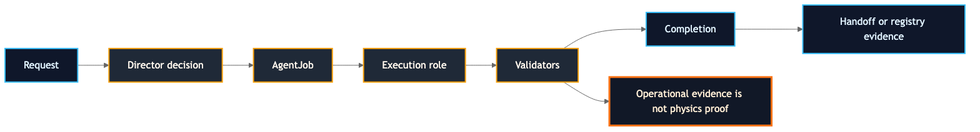
Earlier version of the Mermaid export public/assets/diagrams/comprehension/operations-control-spine.png (AngryOwlAI/The-AEther-Flow-Website). Its source is kept beside it as docs/content-dossiers/operations/diagrams/operations-control-spine.mmd. The source it was exported from:
```mermaid
flowchart LR
  request["Request"] --> director["Director decision"]
  director --> job["AgentJob"]
  job --> role["Execution role"]
  role --> validators["Validators"]
  validators --> completion["Completion"]
  completion --> handoff["Handoff or registry evidence"]
  validators --> boundary["Operational evidence is not physics proof"]

  classDef source fill:#0f172a,stroke:#38bdf8,color:#e0f2fe,stroke-width:2px;
  classDef control fill:#1f2937,stroke:#f59e0b,color:#fff7ed,stroke-width:2px;
  classDef boundary fill:#111827,stroke:#f97316,color:#ffedd5,stroke-width:3px;
  class request,completion,handoff source;
  class director,job,role,validators control;
  class boundary boundary;
```
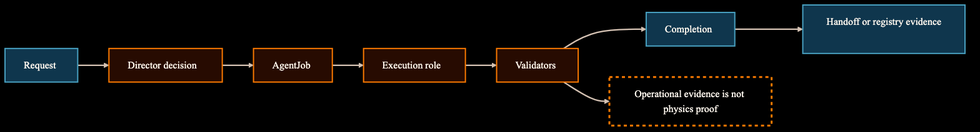
After the change.

Change to the diagram source:
```diff
@@ -1,3 +1,20 @@
+---
+config:
+  theme: base
+  themeVariables:
+    darkMode: true
+    background: "#000000"
+    primaryColor: "#050403"
+    primaryTextColor: "#fff8ef"
+    primaryBorderColor: "#d6c3b4"
+    lineColor: "#d6c3b4"
+    fontFamily: "Inter, ui-sans-serif, system-ui, -apple-system, BlinkMacSystemFont, Segoe UI, sans-serif"
+    fontSize: "16px"
+    clusterBkg: "#080401"
+    clusterBorder: "#d6c3b4"
+    edgeLabelBackground: "#000000"
+---
+
 flowchart LR
   request["Request"] --> director["Director decision"]
   director --> job["AgentJob"]
@@ -7,9 +24,19 @@
   completion --> handoff["Handoff or registry evidence"]
   validators --> boundary["Operational evidence is not physics proof"]
 
-  classDef source fill:#0f172a,stroke:#38bdf8,color:#e0f2fe,stroke-width:2px;
-  classDef control fill:#1f2937,stroke:#f59e0b,color:#fff7ed,stroke-width:2px;
-  classDef boundary fill:#111827,stroke:#f97316,color:#ffedd5,stroke-width:3px;
-  class request,completion,handoff source;
+  classDef default fill:#050403,stroke:#d6c3b4,color:#fff8ef,stroke-width:1.5px;
+  classDef source fill:#0f364d,stroke:#48a0c0,color:#fff8ef,stroke-width:2px;
+  classDef control fill:#270b01,stroke:#f87800,color:#fff8ef,stroke-width:2px;
+  classDef bridge fill:#164964,stroke:#f4d6a1,color:#fff8ef,stroke-width:2px;
+  classDef decision fill:#702000,stroke:#f87800,color:#fff8ef,stroke-width:2.25px;
+  classDef target fill:#2d7ea0,stroke:#f4d6a1,color:#ffffff,stroke-width:2px;
+  classDef success fill:#164964,stroke:#48a0c0,color:#fff8ef,stroke-width:2px;
+  classDef risk fill:#702000,stroke:#f87800,color:#fff8ef,stroke-width:2px,stroke-dasharray: 5 5;
+  classDef boundary fill:#000000,stroke:#f87800,color:#fff8ef,stroke-width:3px,stroke-dasharray: 5 5;
+  classDef external fill:#080401,stroke:#f4d6a1,color:#fff8ef,stroke-width:2px;
+
+  class boundary boundary;
   class director,job,role,validators control;
-  class boundary boundary;
+  class completion,handoff,request source;
+
+  linkStyle default stroke:#d6c3b4,stroke-width:2.25px;
```
